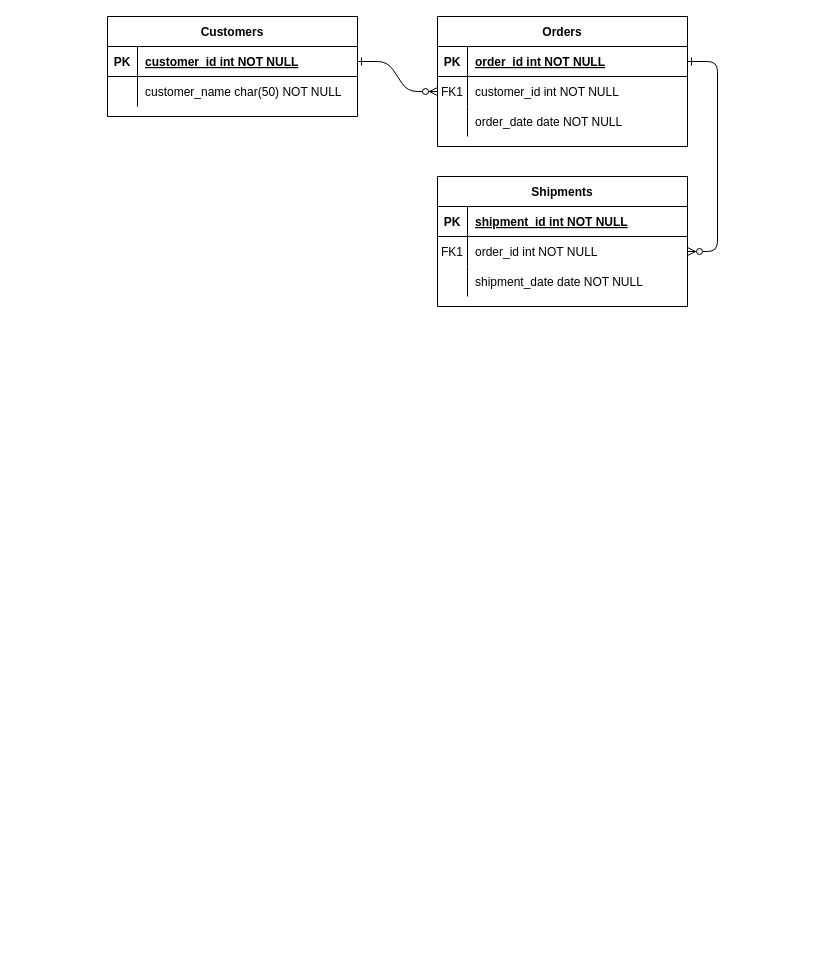
The draw.io diagram mockups/EntidadRelacion.drawio in okronar/ProyectoFinalSergioRamos, before the edit. Source tidied: cells renumbered, new cells numbered last; positions are measured from the earlier drawing's top-left corner, leaving out a move shared by most shapes. Both pictures are drawn from the tidied source at 100%, with x=0, y=0 at pixel (107, 16).
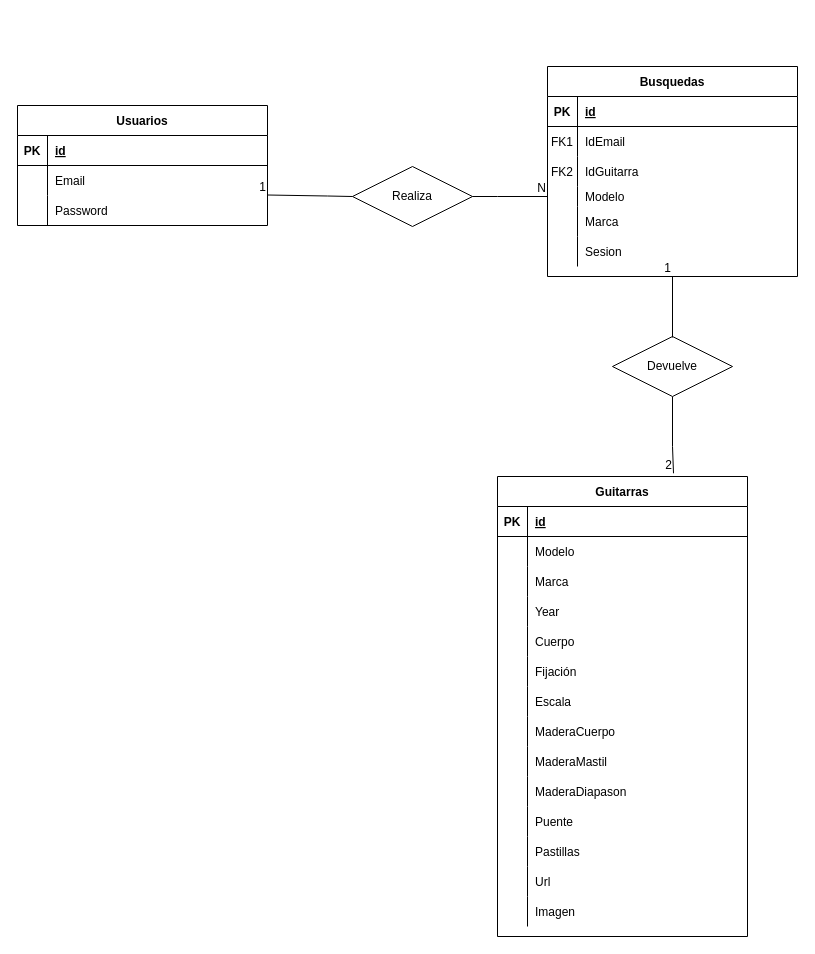
After the change.

The change refers to these unchanged cells:
```xml
<mxCell id="5" style="shape=partialRectangle;fillColor=none;points=[[0,0.5],[1,0.5]];portConstraint=eastwest;top=0;left=0;right=0;bottom=1;" parent="4" vertex="1">
  <mxGeometry y="30" width="250" height="30" as="geometry" />
</mxCell>
<mxCell id="8" style="shape=partialRectangle;fillColor=none;points=[[0,0.5],[1,0.5]];portConstraint=eastwest;top=0;left=0;right=0;bottom=0;" parent="4" vertex="1">
  <mxGeometry y="60" width="250" height="30" as="geometry" />
</mxCell>
<mxCell id="11" style="shape=partialRectangle;fillColor=none;top=0;left=0;right=0;bottom=0;" parent="4" vertex="1">
  <mxGeometry y="90" width="250" height="30" as="geometry" />
</mxCell>
<mxCell id="15" style="shape=partialRectangle;fillColor=none;top=0;left=0;right=0;bottom=1;" parent="14" vertex="1">
  <mxGeometry y="30" width="250" height="30" as="geometry" />
</mxCell>
<mxCell id="18" style="shape=partialRectangle;fillColor=none;points=[[0,0.5],[1,0.5]];portConstraint=eastwest;top=0;left=0;right=0;bottom=0;" parent="14" vertex="1">
  <mxGeometry y="60" width="250" height="30" as="geometry" />
</mxCell>
<mxCell id="21" style="shape=partialRectangle;fillColor=none;top=0;left=0;right=0;bottom=0;" parent="14" vertex="1">
  <mxGeometry y="90" width="250" height="30" as="geometry" />
</mxCell>
```

Diff of the diagram source:
```diff
@@
-    <mxCell id="2" style="edgeStyle=entityRelationEdgeStyle;endArrow=ERzeroToMany;startArrow=ERone;endFill=1;startFill=0;" parent="1" edge="1" source="25" target="8">
-      <mxGeometry relative="1" as="geometry" />
-    </mxCell>
-    <mxCell id="3" style="edgeStyle=entityRelationEdgeStyle;endArrow=ERzeroToMany;startArrow=ERone;endFill=1;startFill=0;" parent="1" edge="1" source="5" target="18">
-      <mxGeometry relative="1" as="geometry" />
-    </mxCell>
-    <mxCell id="4" value="Orders" style="shape=table;startSize=30;childLayout=tableLayout;rowLines=0;fontStyle=1;align=center;" parent="1" vertex="1">
-      <mxGeometry x="330" width="250" height="130" as="geometry" />
+    <mxCell id="4" value="Busquedas" style="shape=table;startSize=30;childLayout=tableLayout;rowLines=0;fontStyle=1;align=center;" parent="1" vertex="1">
+      <mxGeometry x="440" y="50" width="250" height="210" as="geometry" />
     </mxCell>
@@
-    <mxCell id="7" value="order_id int NOT NULL " style="shape=partialRectangle;overflow=hidden;fillColor=none;top=0;left=0;bottom=0;right=0;align=left;spacingLeft=6;fontStyle=5;" parent="5" vertex="1">
+    <mxCell id="7" value="id" style="shape=partialRectangle;overflow=hidden;fillColor=none;top=0;left=0;bottom=0;right=0;align=left;spacingLeft=6;fontStyle=5;" parent="5" vertex="1">
       <mxGeometry x="30" width="220" height="30" as="geometry" />
     </mxCell>
@@
-    <mxCell id="10" value="customer_id int NOT NULL" style="shape=partialRectangle;overflow=hidden;fillColor=none;top=0;left=0;bottom=0;right=0;align=left;spacingLeft=6;" parent="8" vertex="1">
+    <mxCell id="10" value="IdEmail" style="shape=partialRectangle;overflow=hidden;fillColor=none;top=0;left=0;bottom=0;right=0;align=left;spacingLeft=6;" parent="8" vertex="1">
       <mxGeometry x="30" width="220" height="30" as="geometry" />
     </mxCell>
@@
-    <mxCell id="12" style="shape=partialRectangle;overflow=hidden;fillColor=none;top=0;left=0;bottom=0;right=0;" parent="11" vertex="1">
+    <mxCell id="12" value="FK2" style="shape=partialRectangle;overflow=hidden;fillColor=none;top=0;left=0;bottom=0;right=0;" parent="11" vertex="1">
       <mxGeometry width="30" height="30" as="geometry" />
     </mxCell>
-    <mxCell id="13" value="order_date date NOT NULL" style="shape=partialRectangle;overflow=hidden;fillColor=none;top=0;left=0;bottom=0;right=0;align=left;spacingLeft=6;" parent="11" vertex="1">
+    <mxCell id="13" value="IdGuitarra" style="shape=partialRectangle;overflow=hidden;fillColor=none;top=0;left=0;bottom=0;right=0;align=left;spacingLeft=6;" parent="11" vertex="1">
       <mxGeometry x="30" width="220" height="30" as="geometry" />
     </mxCell>
+    <mxCell id="31" style="shape=tableRow;horizontal=0;startSize=0;swimlaneHead=0;swimlaneBody=0;fillColor=none;points=[[0,0.5],[1,0.5]];portConstraint=eastwest;top=0;left=0;right=0;bottom=0;" parent="4" vertex="1">
+      <mxGeometry y="120" width="250" height="20" as="geometry" />
+    </mxCell>
+    <mxCell id="32" style="shape=partialRectangle;fillColor=none;top=0;left=0;bottom=0;right=0;overflow=hidden;" parent="31" vertex="1">
+      <mxGeometry width="30" height="20" as="geometry" />
+    </mxCell>
+    <mxCell id="33" value="Modelo" style="shape=partialRectangle;fillColor=none;top=0;left=0;bottom=0;right=0;align=left;spacingLeft=6;overflow=hidden;" parent="31" vertex="1">
+      <mxGeometry x="30" width="220" height="20" as="geometry" />
+    </mxCell>
+    <mxCell id="34" style="shape=tableRow;horizontal=0;startSize=0;swimlaneHead=0;swimlaneBody=0;fillColor=none;top=0;left=0;right=0;bottom=0;" parent="4" vertex="1">
+      <mxGeometry y="140" width="250" height="30" as="geometry" />
+    </mxCell>
+    <mxCell id="35" style="shape=partialRectangle;fillColor=none;top=0;left=0;bottom=0;right=0;overflow=hidden;" parent="34" vertex="1">
+      <mxGeometry width="30" height="30" as="geometry" />
+    </mxCell>
+    <mxCell id="36" value="Marca" style="shape=partialRectangle;fillColor=none;top=0;left=0;bottom=0;right=0;align=left;spacingLeft=6;overflow=hidden;" parent="34" vertex="1">
+      <mxGeometry x="30" width="220" height="30" as="geometry" />
+    </mxCell>
+    <mxCell id="37" style="shape=tableRow;horizontal=0;startSize=0;swimlaneHead=0;swimlaneBody=0;fillColor=none;top=0;left=0;right=0;bottom=0;" parent="4" vertex="1">
+      <mxGeometry y="170" width="250" height="30" as="geometry" />
+    </mxCell>
+    <mxCell id="38" style="shape=partialRectangle;fillColor=none;top=0;left=0;bottom=0;right=0;overflow=hidden;" parent="37" vertex="1">
+      <mxGeometry width="30" height="30" as="geometry" />
+    </mxCell>
+    <mxCell id="39" value="Sesion" style="shape=partialRectangle;fillColor=none;top=0;left=0;bottom=0;right=0;align=left;spacingLeft=6;overflow=hidden;" parent="37" vertex="1">
+      <mxGeometry x="30" width="220" height="30" as="geometry" />
+    </mxCell>
-    <mxCell id="14" value="Shipments" style="shape=table;startSize=30;childLayout=tableLayout;rowLines=0;fontStyle=1;align=center;" parent="1" vertex="1">
-      <mxGeometry x="330" y="160" width="250" height="130" as="geometry" />
+    <mxCell id="14" value="Guitarras" style="shape=table;startSize=30;childLayout=tableLayout;rowLines=0;fontStyle=1;align=center;" parent="1" vertex="1">
+      <mxGeometry x="390" y="460" width="250" height="460" as="geometry" />
     </mxCell>
@@
-    <mxCell id="17" value="shipment_id int NOT NULL " style="shape=partialRectangle;overflow=hidden;fillColor=none;top=0;left=0;bottom=0;right=0;align=left;spacingLeft=6;fontStyle=5;" parent="15" vertex="1">
+    <mxCell id="17" value="id" style="shape=partialRectangle;overflow=hidden;fillColor=none;top=0;left=0;bottom=0;right=0;align=left;spacingLeft=6;fontStyle=5;" parent="15" vertex="1">
       <mxGeometry x="30" width="220" height="30" as="geometry" />
     </mxCell>
@@
-    <mxCell id="19" value="FK1" style="shape=partialRectangle;overflow=hidden;fillColor=none;top=0;left=0;bottom=0;right=0;" parent="18" vertex="1">
+    <mxCell id="19" style="shape=partialRectangle;overflow=hidden;fillColor=none;top=0;left=0;bottom=0;right=0;" parent="18" vertex="1">
       <mxGeometry width="30" height="30" as="geometry" />
     </mxCell>
-    <mxCell id="20" value="order_id int NOT NULL" style="shape=partialRectangle;overflow=hidden;fillColor=none;top=0;left=0;bottom=0;right=0;align=left;spacingLeft=6;" parent="18" vertex="1">
+    <mxCell id="20" value="Modelo" style="shape=partialRectangle;overflow=hidden;fillColor=none;top=0;left=0;bottom=0;right=0;align=left;spacingLeft=6;" parent="18" vertex="1">
       <mxGeometry x="30" width="220" height="30" as="geometry" />
     </mxCell>
@@
-    <mxCell id="23" value="shipment_date date NOT NULL" style="shape=partialRectangle;overflow=hidden;fillColor=none;top=0;left=0;bottom=0;right=0;align=left;spacingLeft=6;" parent="21" vertex="1">
+    <mxCell id="23" value="Marca" style="shape=partialRectangle;overflow=hidden;fillColor=none;top=0;left=0;bottom=0;right=0;align=left;spacingLeft=6;" parent="21" vertex="1">
       <mxGeometry x="30" width="220" height="30" as="geometry" />
     </mxCell>
-    <mxCell id="24" value="Customers" style="shape=table;startSize=30;childLayout=tableLayout;rowLines=0;fontStyle=1;align=center;" parent="1" vertex="1">
-      <mxGeometry width="250" height="100" as="geometry" />
-    </mxCell>
+    <mxCell id="40" style="shape=tableRow;horizontal=0;startSize=0;swimlaneHead=0;swimlaneBody=0;fillColor=none;top=0;left=0;right=0;bottom=0;" parent="14" vertex="1">
+      <mxGeometry y="120" width="250" height="30" as="geometry" />
+    </mxCell>
+    <mxCell id="41" style="shape=partialRectangle;fillColor=none;top=0;left=0;bottom=0;right=0;overflow=hidden;" parent="40" vertex="1">
+      <mxGeometry width="30" height="30" as="geometry" />
+    </mxCell>
+    <mxCell id="42" value="Year" style="shape=partialRectangle;fillColor=none;top=0;left=0;bottom=0;right=0;align=left;spacingLeft=6;overflow=hidden;" parent="40" vertex="1">
+      <mxGeometry x="30" width="220" height="30" as="geometry" />
+    </mxCell>
+    <mxCell id="43" style="shape=tableRow;horizontal=0;startSize=0;swimlaneHead=0;swimlaneBody=0;fillColor=none;top=0;left=0;right=0;bottom=0;" parent="14" vertex="1">
+      <mxGeometry y="150" width="250" height="30" as="geometry" />
+    </mxCell>
+    <mxCell id="44" style="shape=partialRectangle;fillColor=none;top=0;left=0;bottom=0;right=0;overflow=hidden;" parent="43" vertex="1">
+      <mxGeometry width="30" height="30" as="geometry" />
+    </mxCell>
+    <mxCell id="45" value="Cuerpo" style="shape=partialRectangle;fillColor=none;top=0;left=0;bottom=0;right=0;align=left;spacingLeft=6;overflow=hidden;" parent="43" vertex="1">
+      <mxGeometry x="30" width="220" height="30" as="geometry" />
+    </mxCell>
+    <mxCell id="46" style="shape=tableRow;horizontal=0;startSize=0;swimlaneHead=0;swimlaneBody=0;fillColor=none;top=0;left=0;right=0;bottom=0;" parent="14" vertex="1">
+      <mxGeometry y="180" width="250" height="30" as="geometry" />
+    </mxCell>
+    <mxCell id="47" style="shape=partialRectangle;fillColor=none;top=0;left=0;bottom=0;right=0;overflow=hidden;" parent="46" vertex="1">
+      <mxGeometry width="30" height="30" as="geometry" />
+    </mxCell>
+    <mxCell id="48" value="Fijación" style="shape=partialRectangle;fillColor=none;top=0;left=0;bottom=0;right=0;align=left;spacingLeft=6;overflow=hidden;" parent="46" vertex="1">
+      <mxGeometry x="30" width="220" height="30" as="geometry" />
+    </mxCell>
+    <mxCell id="49" style="shape=tableRow;horizontal=0;startSize=0;swimlaneHead=0;swimlaneBody=0;fillColor=none;top=0;left=0;right=0;bottom=0;" parent="14" vertex="1">
+      <mxGeometry y="210" width="250" height="30" as="geometry" />
+    </mxCell>
+    <mxCell id="50" style="shape=partialRectangle;fillColor=none;top=0;left=0;bottom=0;right=0;overflow=hidden;" parent="49" vertex="1">
+      <mxGeometry width="30" height="30" as="geometry" />
+    </mxCell>
+    <mxCell id="51" value="Escala" style="shape=partialRectangle;fillColor=none;top=0;left=0;bottom=0;right=0;align=left;spacingLeft=6;overflow=hidden;" parent="49" vertex="1">
+      <mxGeometry x="30" width="220" height="30" as="geometry" />
+    </mxCell>
+    <mxCell id="52" style="shape=tableRow;horizontal=0;startSize=0;swimlaneHead=0;swimlaneBody=0;fillColor=none;top=0;left=0;right=0;bottom=0;" parent="14" vertex="1">
+      <mxGeometry y="240" width="250" height="30" as="geometry" />
+    </mxCell>
+    <mxCell id="53" style="shape=partialRectangle;fillColor=none;top=0;left=0;bottom=0;right=0;overflow=hidden;" parent="52" vertex="1">
+      <mxGeometry width="30" height="30" as="geometry" />
+    </mxCell>
+    <mxCell id="54" value="MaderaCuerpo" style="shape=partialRectangle;fillColor=none;top=0;left=0;bottom=0;right=0;align=left;spacingLeft=6;overflow=hidden;" parent="52" vertex="1">
+      <mxGeometry x="30" width="220" height="30" as="geometry" />
+    </mxCell>
+    <mxCell id="55" style="shape=tableRow;horizontal=0;startSize=0;swimlaneHead=0;swimlaneBody=0;fillColor=none;top=0;left=0;right=0;bottom=0;" parent="14" vertex="1">
+      <mxGeometry y="270" width="250" height="30" as="geometry" />
+    </mxCell>
+    <mxCell id="56" style="shape=partialRectangle;fillColor=none;top=0;left=0;bottom=0;right=0;overflow=hidden;" parent="55" vertex="1">
+      <mxGeometry width="30" height="30" as="geometry" />
+    </mxCell>
+    <mxCell id="57" value="MaderaMastil" style="shape=partialRectangle;fillColor=none;top=0;left=0;bottom=0;right=0;align=left;spacingLeft=6;overflow=hidden;" parent="55" vertex="1">
+      <mxGeometry x="30" width="220" height="30" as="geometry" />
+    </mxCell>
+    <mxCell id="58" style="shape=tableRow;horizontal=0;startSize=0;swimlaneHead=0;swimlaneBody=0;fillColor=none;top=0;left=0;right=0;bottom=0;" parent="14" vertex="1">
+      <mxGeometry y="300" width="250" height="30" as="geometry" />
+    </mxCell>
+    <mxCell id="59" style="shape=partialRectangle;fillColor=none;top=0;left=0;bottom=0;right=0;overflow=hidden;" parent="58" vertex="1">
+      <mxGeometry width="30" height="30" as="geometry" />
+    </mxCell>
+    <mxCell id="60" value="MaderaDiapason" style="shape=partialRectangle;fillColor=none;top=0;left=0;bottom=0;right=0;align=left;spacingLeft=6;overflow=hidden;" parent="58" vertex="1">
+      <mxGeometry x="30" width="220" height="30" as="geometry" />
+    </mxCell>
+    <mxCell id="61" style="shape=tableRow;horizontal=0;startSize=0;swimlaneHead=0;swimlaneBody=0;fillColor=none;top=0;left=0;right=0;bottom=0;" parent="14" vertex="1">
+      <mxGeometry y="330" width="250" height="30" as="geometry" />
+    </mxCell>
+    <mxCell id="62" style="shape=partialRectangle;fillColor=none;top=0;left=0;bottom=0;right=0;overflow=hidden;" parent="61" vertex="1">
+      <mxGeometry width="30" height="30" as="geometry" />
+    </mxCell>
+    <mxCell id="63" value="Puente" style="shape=partialRectangle;fillColor=none;top=0;left=0;bottom=0;right=0;align=left;spacingLeft=6;overflow=hidden;" parent="61" vertex="1">
+      <mxGeometry x="30" width="220" height="30" as="geometry" />
+    </mxCell>
+    <mxCell id="64" style="shape=tableRow;horizontal=0;startSize=0;swimlaneHead=0;swimlaneBody=0;fillColor=none;top=0;left=0;right=0;bottom=0;" parent="14" vertex="1">
+      <mxGeometry y="360" width="250" height="30" as="geometry" />
+    </mxCell>
+    <mxCell id="65" style="shape=partialRectangle;fillColor=none;top=0;left=0;bottom=0;right=0;overflow=hidden;" parent="64" vertex="1">
+      <mxGeometry width="30" height="30" as="geometry" />
+    </mxCell>
+    <mxCell id="66" value="Pastillas" style="shape=partialRectangle;fillColor=none;top=0;left=0;bottom=0;right=0;align=left;spacingLeft=6;overflow=hidden;" parent="64" vertex="1">
+      <mxGeometry x="30" width="220" height="30" as="geometry" />
+    </mxCell>
+    <mxCell id="67" style="shape=tableRow;horizontal=0;startSize=0;swimlaneHead=0;swimlaneBody=0;fillColor=none;top=0;left=0;right=0;bottom=0;" parent="14" vertex="1">
+      <mxGeometry y="390" width="250" height="30" as="geometry" />
+    </mxCell>
+    <mxCell id="68" style="shape=partialRectangle;fillColor=none;top=0;left=0;bottom=0;right=0;overflow=hidden;" parent="67" vertex="1">
+      <mxGeometry width="30" height="30" as="geometry" />
+    </mxCell>
+    <mxCell id="69" value="Url" style="shape=partialRectangle;fillColor=none;top=0;left=0;bottom=0;right=0;align=left;spacingLeft=6;overflow=hidden;" parent="67" vertex="1">
+      <mxGeometry x="30" width="220" height="30" as="geometry" />
+    </mxCell>
+    <mxCell id="70" style="shape=tableRow;horizontal=0;startSize=0;swimlaneHead=0;swimlaneBody=0;fillColor=none;top=0;left=0;right=0;bottom=0;" parent="14" vertex="1">
+      <mxGeometry y="420" width="250" height="30" as="geometry" />
+    </mxCell>
+    <mxCell id="71" style="shape=partialRectangle;fillColor=none;top=0;left=0;bottom=0;right=0;overflow=hidden;" parent="70" vertex="1">
+      <mxGeometry width="30" height="30" as="geometry" />
+    </mxCell>
+    <mxCell id="72" value="Imagen" style="shape=partialRectangle;fillColor=none;top=0;left=0;bottom=0;right=0;align=left;spacingLeft=6;overflow=hidden;" parent="70" vertex="1">
+      <mxGeometry x="30" width="220" height="30" as="geometry" />
+    </mxCell>
+    <mxCell id="73" value="Realiza" style="shape=rhombus;perimeter=rhombusPerimeter;whiteSpace=wrap;html=1;align=center;" parent="1" vertex="1">
+      <mxGeometry x="245" y="150" width="120" height="60" as="geometry" />
+    </mxCell>
+    <mxCell id="74" value="Usuarios" style="shape=table;startSize=30;childLayout=tableLayout;rowLines=0;fontStyle=1;align=center;" parent="1" vertex="1">
+      <mxGeometry x="-90" y="89" width="250" height="120" as="geometry" />
+    </mxCell>
-    <mxCell id="25" style="shape=partialRectangle;fillColor=none;points=[[0,0.5],[1,0.5]];portConstraint=eastwest;top=0;left=0;right=0;bottom=1;" parent="24" vertex="1">
+    <mxCell id="25" style="shape=partialRectangle;fillColor=none;points=[[0,0.5],[1,0.5]];portConstraint=eastwest;top=0;left=0;right=0;bottom=1;" parent="74" vertex="1">
       <mxGeometry y="30" width="250" height="30" as="geometry" />
     </mxCell>
@@
-    <mxCell id="27" value="customer_id int NOT NULL " style="shape=partialRectangle;overflow=hidden;fillColor=none;top=0;left=0;bottom=0;right=0;align=left;spacingLeft=6;fontStyle=5;" parent="25" vertex="1">
-      <mxGeometry x="30" width="220" height="30" as="geometry" />
-    </mxCell>
+    <mxCell id="75" value="id" style="shape=partialRectangle;overflow=hidden;fillColor=none;top=0;left=0;bottom=0;right=0;align=left;spacingLeft=6;fontStyle=5;" parent="25" vertex="1">
+      <mxGeometry x="30" width="220" height="30" as="geometry" />
+    </mxCell>
-    <mxCell id="28" style="shape=partialRectangle;fillColor=none;top=0;left=0;right=0;bottom=0;" parent="24" vertex="1">
+    <mxCell id="28" style="shape=partialRectangle;fillColor=none;top=0;left=0;right=0;bottom=0;" parent="74" vertex="1">
       <mxGeometry y="60" width="250" height="30" as="geometry" />
     </mxCell>
@@
-    <mxCell id="30" value="customer_name char(50) NOT NULL" style="shape=partialRectangle;overflow=hidden;fillColor=none;top=0;left=0;bottom=0;right=0;align=left;spacingLeft=6;" parent="28" vertex="1">
-      <mxGeometry x="30" width="220" height="30" as="geometry" />
-    </mxCell>
+    <mxCell id="76" value="Email" style="shape=partialRectangle;overflow=hidden;fillColor=none;top=0;left=0;bottom=0;right=0;align=left;spacingLeft=6;" parent="28" vertex="1">
+      <mxGeometry x="30" width="220" height="30" as="geometry" />
+    </mxCell>
+    <mxCell id="77" style="shape=tableRow;horizontal=0;startSize=0;swimlaneHead=0;swimlaneBody=0;fillColor=none;top=0;left=0;right=0;bottom=0;" parent="74" vertex="1">
+      <mxGeometry y="90" width="250" height="30" as="geometry" />
+    </mxCell>
+    <mxCell id="78" style="shape=partialRectangle;fillColor=none;top=0;left=0;bottom=0;right=0;overflow=hidden;" parent="77" vertex="1">
+      <mxGeometry width="30" height="30" as="geometry" />
+    </mxCell>
+    <mxCell id="79" value="Password" style="shape=partialRectangle;fillColor=none;top=0;left=0;bottom=0;right=0;align=left;spacingLeft=6;overflow=hidden;" parent="77" vertex="1">
+      <mxGeometry x="30" width="220" height="30" as="geometry" />
+    </mxCell>
+    <mxCell id="80" style="endArrow=none;html=1;rounded=0;entryX=0;entryY=0.5;entryDx=0;entryDy=0;exitX=1;exitY=0.5;exitDx=0;exitDy=0;" parent="1" edge="1" source="73" target="31">
+      <mxGeometry relative="1" as="geometry">
+        <Array as="points">
+          <mxPoint x="390" y="180" />
+        </Array>
+      </mxGeometry>
+    </mxCell>
+    <mxCell id="81" value="N" style="html=1;whiteSpace=wrap;align=right;verticalAlign=bottom;" parent="80" vertex="1">
+      <mxGeometry x="1" relative="1" as="geometry" />
+    </mxCell>
+    <mxCell id="82" style="endArrow=none;html=1;rounded=0;exitX=0;exitY=0.5;exitDx=0;exitDy=0;" parent="1" edge="1" source="73">
+      <mxGeometry relative="1" as="geometry">
+        <mxPoint x="160" y="178.5" as="targetPoint" />
+        <Array as="points">
+          <mxPoint x="220" y="179.5" />
+        </Array>
+      </mxGeometry>
+    </mxCell>
+    <mxCell id="83" value="1" style="html=1;whiteSpace=wrap;align=right;verticalAlign=bottom;" parent="82" vertex="1">
+      <mxGeometry x="1" relative="1" as="geometry" />
+    </mxCell>
+    <mxCell id="84" style="endArrow=none;html=1;rounded=0;entryX=0.704;entryY=-0.007;entryDx=0;entryDy=0;exitX=0.5;exitY=1;exitDx=0;exitDy=0;entryPerimeter=0;" parent="1" edge="1" source="86" target="14">
+      <mxGeometry relative="1" as="geometry">
+        <Array as="points">
+          <mxPoint x="565" y="430" />
+        </Array>
+      </mxGeometry>
+    </mxCell>
+    <mxCell id="85" value="2" style="html=1;whiteSpace=wrap;align=right;verticalAlign=bottom;" parent="84" vertex="1">
+      <mxGeometry x="1" relative="1" as="geometry" />
+    </mxCell>
+    <mxCell id="86" value="Devuelve" style="shape=rhombus;perimeter=rhombusPerimeter;whiteSpace=wrap;html=1;align=center;" parent="1" vertex="1">
+      <mxGeometry x="505" y="320" width="120" height="60" as="geometry" />
+    </mxCell>
+    <mxCell id="87" style="endArrow=none;html=1;rounded=0;exitX=0;exitY=0.5;exitDx=0;exitDy=0;entryX=0.5;entryY=1;entryDx=0;entryDy=0;" parent="1" edge="1" target="4">
+      <mxGeometry relative="1" as="geometry">
+        <mxPoint x="565" y="321" as="sourcePoint" />
+      </mxGeometry>
+    </mxCell>
+    <mxCell id="88" value="1" style="html=1;whiteSpace=wrap;align=right;verticalAlign=bottom;" parent="87" vertex="1">
+      <mxGeometry x="1" relative="1" as="geometry" />
+    </mxCell>
```
